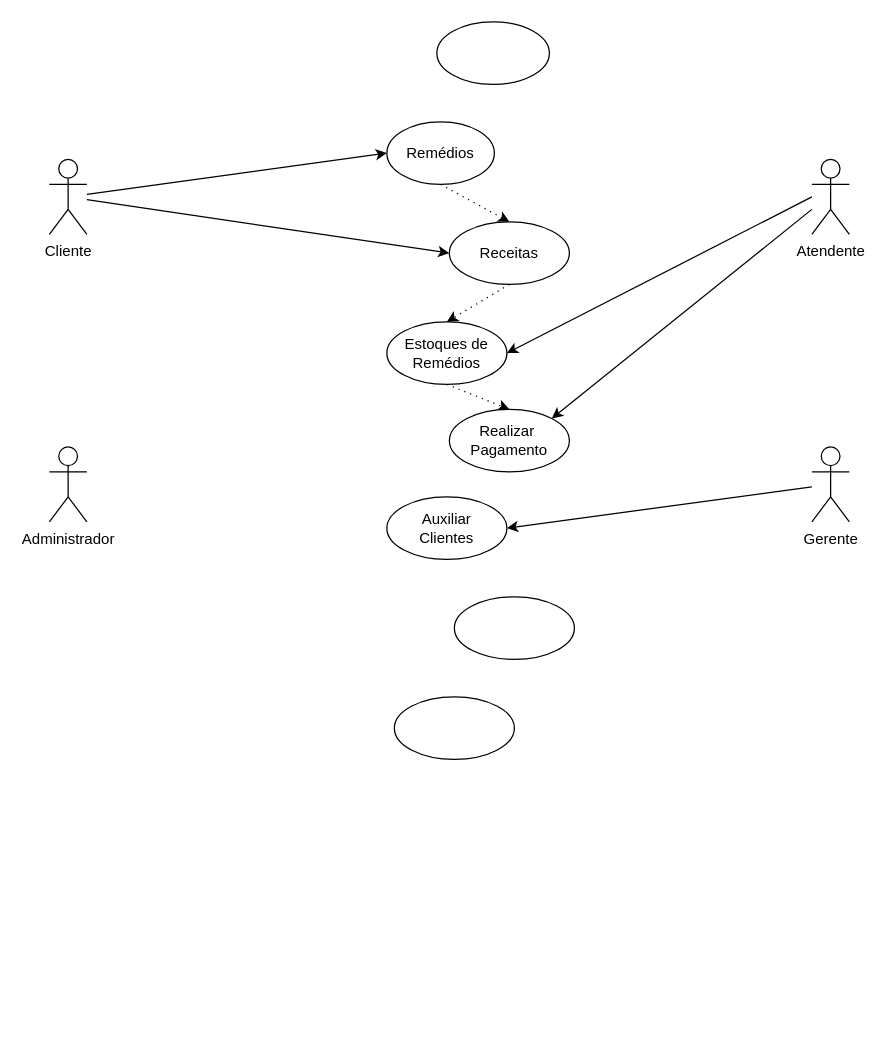
This is page "6-26/03/25" (6 of 6) of Diagrama sem nome.drawio from luann490/diagramasderequisitos, a draw.io file, before an edit. Source tidied: cells renumbered, new cells numbered last; positions are measured from the earlier drawing's top-left corner, leaving out a move shared by most shapes. Both pictures are drawn from the tidied source at 125%, with x=0, y=0 at pixel (49, 21).
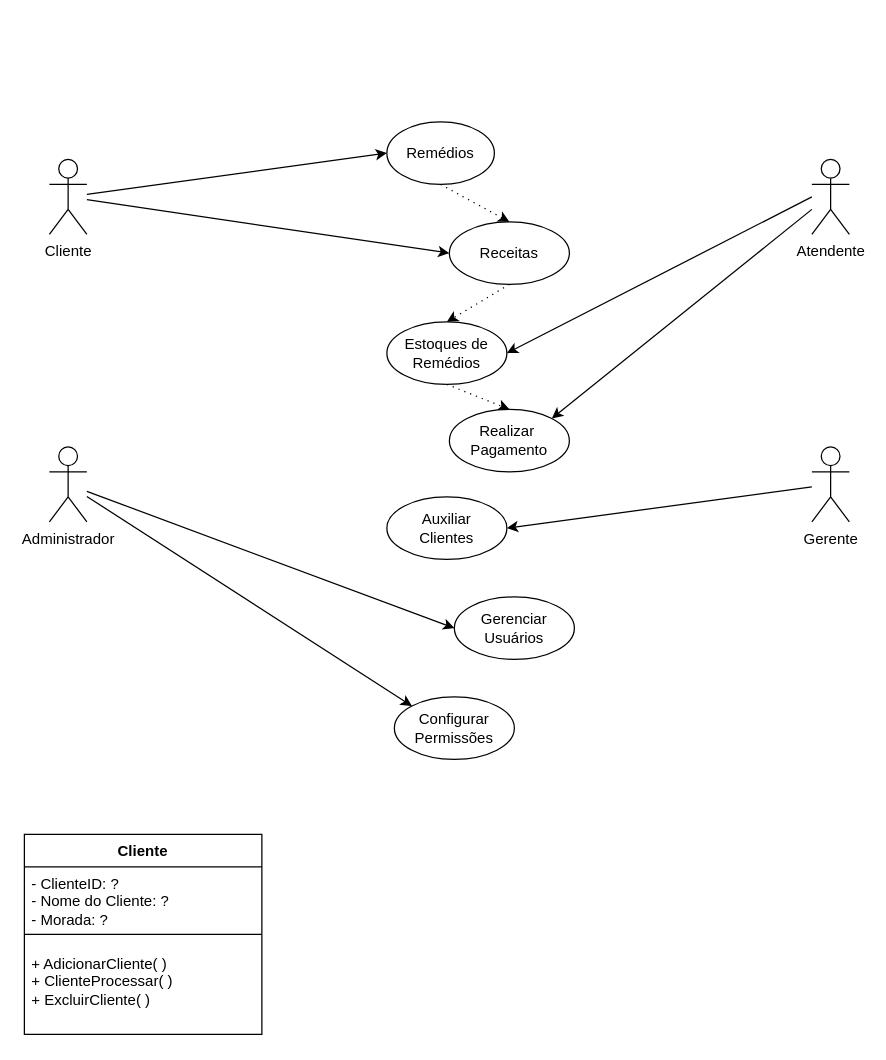
Above is the later version.

The change refers to these unchanged cells:
```xml
<mxCell id="3" value="Administrador" style="shape=umlActor;verticalLabelPosition=bottom;verticalAlign=top;html=1;outlineConnect=0;" parent="1" vertex="1">
  <mxGeometry y="340" width="30" height="60" as="geometry" />
</mxCell>
```

The edit, as a diff of the source:
```diff
@@
-    <mxCell id="8" style="ellipse;whiteSpace=wrap;html=1;" parent="1" vertex="1">
+    <mxCell id="8" value="Configurar&lt;div&gt;Permissões&lt;/div&gt;" style="ellipse;whiteSpace=wrap;html=1;" parent="1" vertex="1">
       <mxGeometry x="276" y="540" width="96" height="50" as="geometry" />
     </mxCell>
-    <mxCell id="9" style="ellipse;whiteSpace=wrap;html=1;" parent="1" vertex="1">
+    <mxCell id="9" value="Gerenciar Usuários" style="ellipse;whiteSpace=wrap;html=1;" parent="1" vertex="1">
       <mxGeometry x="324" y="460" width="96" height="50" as="geometry" />
     </mxCell>
@@
-    <mxCell id="12" style="ellipse;whiteSpace=wrap;html=1;" parent="1" vertex="1">
-      <mxGeometry x="310" width="90" height="50" as="geometry" />
-    </mxCell>
@@
+    <mxCell id="22" style="endArrow=classic;html=1;rounded=0;entryX=0;entryY=0.5;entryDx=0;entryDy=0;" parent="1" edge="1" source="3" target="9">
+      <mxGeometry relative="1" as="geometry" />
+    </mxCell>
+    <mxCell id="23" style="endArrow=classic;html=1;rounded=0;entryX=0;entryY=0;entryDx=0;entryDy=0;" parent="1" edge="1" source="3" target="8">
+      <mxGeometry relative="1" as="geometry" />
+    </mxCell>
+    <mxCell id="24" value="Cliente" style="swimlane;fontStyle=1;align=center;verticalAlign=top;horizontal=1;startSize=26;whiteSpace=wrap;html=1;" parent="1" vertex="1">
+      <mxGeometry x="-20" y="650" width="190" height="160" as="geometry" />
+    </mxCell>
+    <mxCell id="25" value="- ClienteID: ?&lt;div&gt;- Nome do Cliente: ?&lt;/div&gt;&lt;div&gt;- Morada: ?&lt;/div&gt;" style="text;strokeColor=none;fillColor=none;align=left;verticalAlign=top;spacingLeft=4;spacingRight=4;overflow=hidden;whiteSpace=wrap;html=1;" parent="24" vertex="1">
+      <mxGeometry y="26" width="190" height="44" as="geometry" />
+    </mxCell>
+    <mxCell id="26" style="line;strokeWidth=1;fillColor=none;align=left;verticalAlign=middle;spacingTop=-1;spacingLeft=3;spacingRight=3;labelPosition=right;strokeColor=inherit;" parent="24" vertex="1">
+      <mxGeometry y="70" width="190" height="20" as="geometry" />
+    </mxCell>
+    <mxCell id="27" value="+ AdicionarCliente( )&lt;div&gt;+ ClienteProcessar( )&lt;/div&gt;&lt;div&gt;+ ExcluirCliente( )&lt;/div&gt;" style="text;strokeColor=none;fillColor=none;align=left;verticalAlign=top;spacingLeft=4;spacingRight=4;overflow=hidden;whiteSpace=wrap;html=1;" parent="24" vertex="1">
+      <mxGeometry y="90" width="190" height="70" as="geometry" />
+    </mxCell>
```
